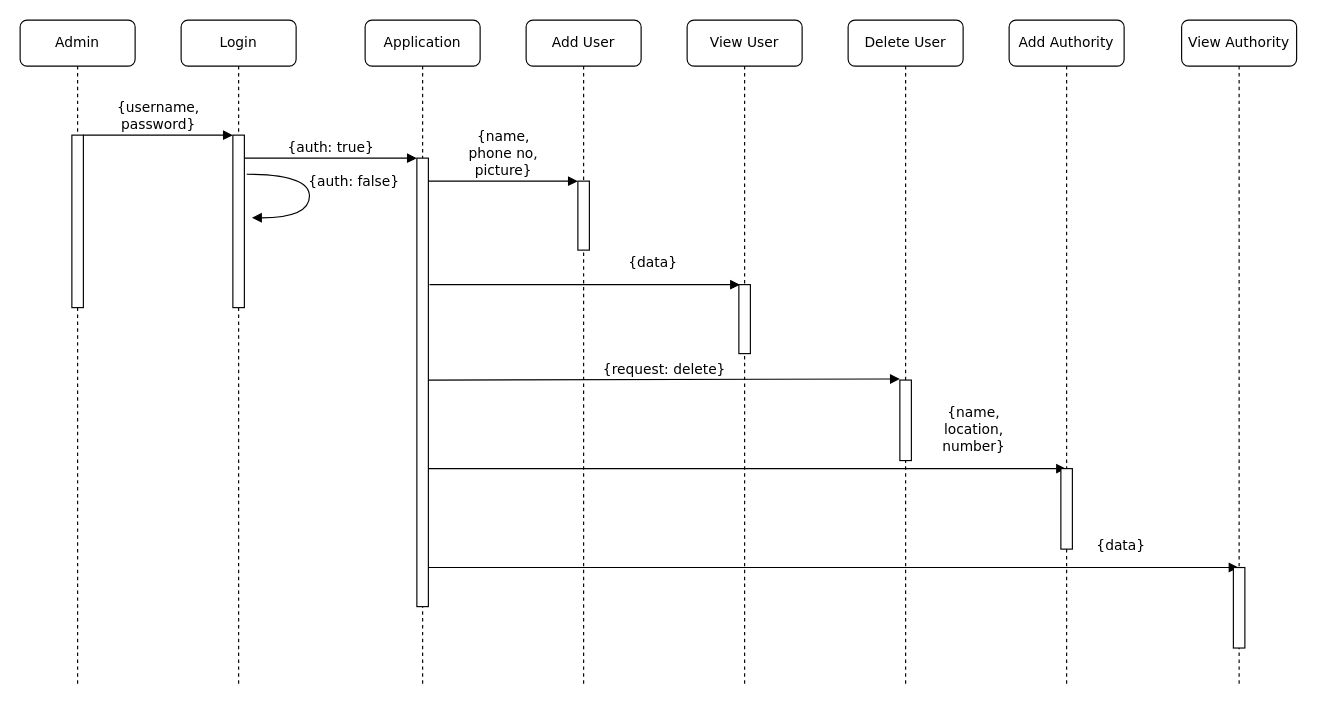
ShashwatG591/npds keeps this draw.io diagram as Admin-Sequence-diagram.drawio.xml. Above is the earlier version. Source tidied: cells renumbered, new cells numbered last; positions are measured from the earlier drawing's top-left corner, leaving out a move shared by most shapes. Both pictures are drawn from the tidied source at 115%, with x=0, y=0 at pixel (20, 20).
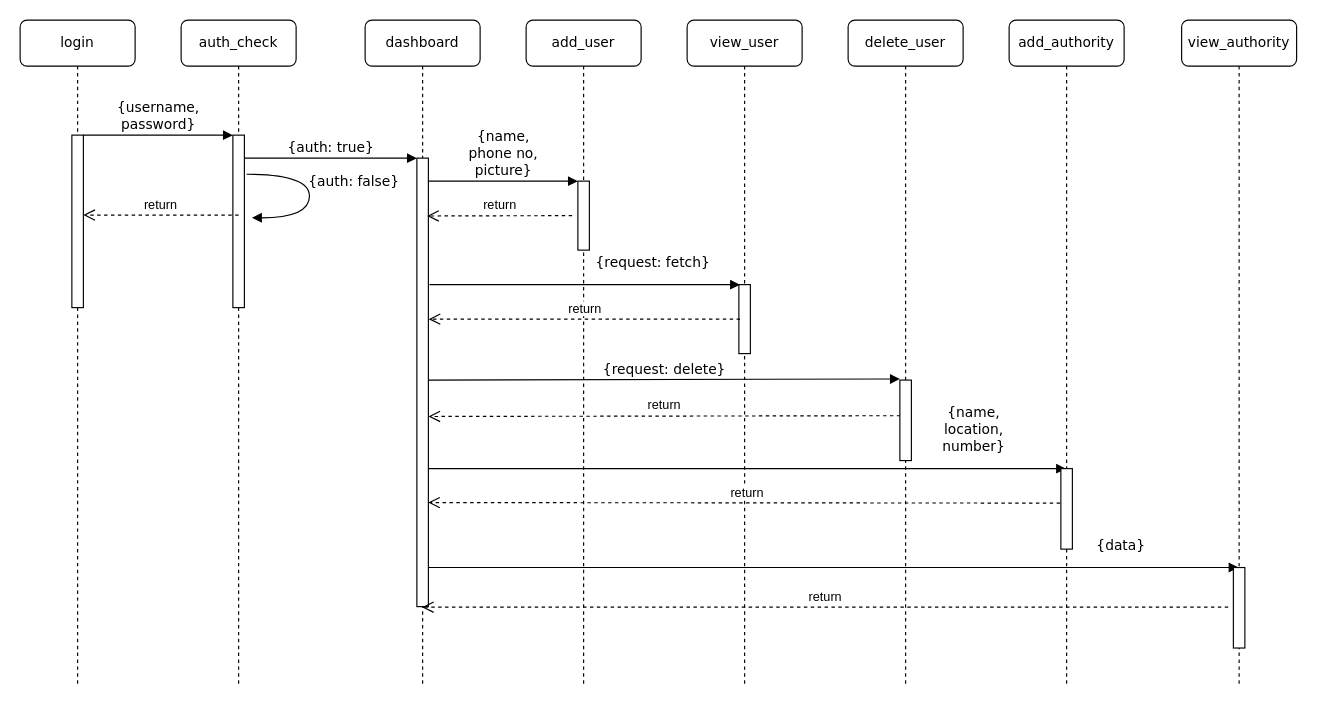
The same page after the edit.

Unchanged cells that the change refers to:
```xml
<mxCell id="5" style="html=1;points=[];perimeter=orthogonalPerimeter;rounded=0;shadow=0;comic=0;labelBackgroundColor=none;strokeWidth=1;fontFamily=Verdana;fontSize=12;align=center;" parent="4" vertex="1">
  <mxGeometry x="45" y="120" width="10" height="390" as="geometry" />
</mxCell>
<mxCell id="17" style="html=1;points=[];perimeter=orthogonalPerimeter;rounded=0;shadow=0;comic=0;labelBackgroundColor=none;strokeWidth=1;fontFamily=Verdana;fontSize=12;align=center;" parent="16" vertex="1">
  <mxGeometry x="45" y="100" width="10" height="150" as="geometry" />
</mxCell>
```

What changed in the source:
```diff
@@
-    <mxCell id="2" value="Login" style="shape=umlLifeline;perimeter=lifelinePerimeter;whiteSpace=wrap;html=1;rounded=1;shadow=0;comic=0;labelBackgroundColor=none;strokeWidth=1;fontFamily=Verdana;fontSize=12;align=center;" parent="1" vertex="1">
+    <mxCell id="2" value="auth_check" style="shape=umlLifeline;perimeter=lifelinePerimeter;whiteSpace=wrap;html=1;rounded=1;shadow=0;comic=0;labelBackgroundColor=none;strokeWidth=1;fontFamily=Verdana;fontSize=12;align=center;" parent="1" vertex="1">
       <mxGeometry x="140" width="100" height="580" as="geometry" />
     </mxCell>
@@
-    <mxCell id="4" value="Application" style="shape=umlLifeline;perimeter=lifelinePerimeter;whiteSpace=wrap;html=1;outlineConnect=0;rounded=1;shadow=0;comic=0;labelBackgroundColor=none;strokeWidth=1;fontFamily=Verdana;fontSize=12;align=center;" parent="1" vertex="1">
+    <mxCell id="4" value="dashboard" style="shape=umlLifeline;perimeter=lifelinePerimeter;whiteSpace=wrap;html=1;outlineConnect=0;rounded=1;shadow=0;comic=0;labelBackgroundColor=none;strokeWidth=1;fontFamily=Verdana;fontSize=12;align=center;" parent="1" vertex="1">
       <mxGeometry x="300" width="100" height="580" as="geometry" />
     </mxCell>
@@
-    <mxCell id="6" value="Add User" style="shape=umlLifeline;perimeter=lifelinePerimeter;whiteSpace=wrap;html=1;rounded=1;shadow=0;comic=0;labelBackgroundColor=none;strokeWidth=1;fontFamily=Verdana;fontSize=12;align=center;" parent="1" vertex="1">
+    <mxCell id="6" value="add_user" style="shape=umlLifeline;perimeter=lifelinePerimeter;whiteSpace=wrap;html=1;rounded=1;shadow=0;comic=0;labelBackgroundColor=none;strokeWidth=1;fontFamily=Verdana;fontSize=12;align=center;" parent="1" vertex="1">
       <mxGeometry x="440" width="100" height="580" as="geometry" />
     </mxCell>
@@
-    <mxCell id="9" value="View User" style="shape=umlLifeline;perimeter=lifelinePerimeter;whiteSpace=wrap;html=1;rounded=1;shadow=0;comic=0;labelBackgroundColor=none;strokeWidth=1;fontFamily=Verdana;fontSize=12;align=center;" parent="1" vertex="1">
+    <mxCell id="9" value="view_user" style="shape=umlLifeline;perimeter=lifelinePerimeter;whiteSpace=wrap;html=1;rounded=1;shadow=0;comic=0;labelBackgroundColor=none;strokeWidth=1;fontFamily=Verdana;fontSize=12;align=center;" parent="1" vertex="1">
       <mxGeometry x="580" width="100" height="580" as="geometry" />
     </mxCell>
@@
+    <mxCell id="26" value="return" style="html=1;verticalAlign=bottom;endArrow=open;dashed=1;endSize=8;rounded=0;entryX=1.008;entryY=0.576;entryDx=0;entryDy=0;entryPerimeter=0;" parent="9" edge="1" target="5">
+      <mxGeometry relative="1" as="geometry">
+        <mxPoint x="185.4" y="344" as="sourcePoint" />
+      </mxGeometry>
+    </mxCell>
+    <mxCell id="27" value="return" style="html=1;verticalAlign=bottom;endArrow=open;dashed=1;endSize=8;rounded=0;entryX=0.986;entryY=0.768;entryDx=0;entryDy=0;entryPerimeter=0;" parent="9" edge="1" target="5">
+      <mxGeometry relative="1" as="geometry">
+        <mxPoint x="330.3" y="420" as="sourcePoint" />
+      </mxGeometry>
+    </mxCell>
-    <mxCell id="12" value="Delete User" style="shape=umlLifeline;perimeter=lifelinePerimeter;whiteSpace=wrap;html=1;rounded=1;shadow=0;comic=0;labelBackgroundColor=none;strokeWidth=1;fontFamily=Verdana;fontSize=12;align=center;" parent="1" vertex="1">
+    <mxCell id="12" value="delete_user" style="shape=umlLifeline;perimeter=lifelinePerimeter;whiteSpace=wrap;html=1;rounded=1;shadow=0;comic=0;labelBackgroundColor=none;strokeWidth=1;fontFamily=Verdana;fontSize=12;align=center;" parent="1" vertex="1">
       <mxGeometry x="720" width="100" height="580" as="geometry" />
     </mxCell>
@@
+    <mxCell id="28" value="return" style="html=1;verticalAlign=bottom;endArrow=open;dashed=1;endSize=8;rounded=0;" parent="12" edge="1" target="4">
+      <mxGeometry relative="1" as="geometry">
+        <mxPoint x="330.5" y="510.5" as="sourcePoint" />
+      </mxGeometry>
+    </mxCell>
-    <mxCell id="14" value="Add Authority" style="shape=umlLifeline;perimeter=lifelinePerimeter;whiteSpace=wrap;html=1;outlineConnect=0;rounded=1;shadow=0;comic=0;labelBackgroundColor=none;strokeWidth=1;fontFamily=Verdana;fontSize=12;align=center;" parent="1" vertex="1">
+    <mxCell id="14" value="add_authority" style="shape=umlLifeline;perimeter=lifelinePerimeter;whiteSpace=wrap;html=1;outlineConnect=0;rounded=1;shadow=0;comic=0;labelBackgroundColor=none;strokeWidth=1;fontFamily=Verdana;fontSize=12;align=center;" parent="1" vertex="1">
       <mxGeometry x="860" width="100" height="580" as="geometry" />
     </mxCell>
@@
-    <mxCell id="16" value="Admin" style="shape=umlLifeline;perimeter=lifelinePerimeter;whiteSpace=wrap;html=1;rounded=1;shadow=0;comic=0;labelBackgroundColor=none;strokeWidth=1;fontFamily=Verdana;fontSize=12;align=center;" parent="1" vertex="1">
+    <mxCell id="16" value="login" style="shape=umlLifeline;perimeter=lifelinePerimeter;whiteSpace=wrap;html=1;rounded=1;shadow=0;comic=0;labelBackgroundColor=none;strokeWidth=1;fontFamily=Verdana;fontSize=12;align=center;" parent="1" vertex="1">
       <mxGeometry width="100" height="580" as="geometry" />
     </mxCell>
@@
-    <mxCell id="23" value="{data}" style="html=1;verticalAlign=bottom;endArrow=block;labelBackgroundColor=none;fontFamily=Verdana;fontSize=12;" parent="1" edge="1">
+    <mxCell id="23" value="{request: fetch}" style="html=1;verticalAlign=bottom;endArrow=block;labelBackgroundColor=none;fontFamily=Verdana;fontSize=12;" parent="1" edge="1">
       <mxGeometry x="0.44" y="10" relative="1" as="geometry">
         <mxPoint x="356" y="230" as="sourcePoint" />
         <mxPoint x="626" y="230" as="targetPoint" />
       </mxGeometry>
     </mxCell>
-    <mxCell id="24" value="View Authority" style="shape=umlLifeline;perimeter=lifelinePerimeter;whiteSpace=wrap;html=1;outlineConnect=0;rounded=1;shadow=0;comic=0;labelBackgroundColor=none;strokeWidth=1;fontFamily=Verdana;fontSize=12;align=center;" parent="1" vertex="1">
+    <mxCell id="24" value="view_authority" style="shape=umlLifeline;perimeter=lifelinePerimeter;whiteSpace=wrap;html=1;outlineConnect=0;rounded=1;shadow=0;comic=0;labelBackgroundColor=none;strokeWidth=1;fontFamily=Verdana;fontSize=12;align=center;" parent="1" vertex="1">
       <mxGeometry x="1010" width="100" height="580" as="geometry" />
     </mxCell>
@@
+    <mxCell id="29" value="return" style="html=1;verticalAlign=bottom;endArrow=open;dashed=1;endSize=8;rounded=0;" parent="1" edge="1" target="17">
+      <mxGeometry relative="1" as="geometry">
+        <mxPoint x="190" y="169.5" as="sourcePoint" />
+      </mxGeometry>
+    </mxCell>
+    <mxCell id="30" value="return" style="html=1;verticalAlign=bottom;endArrow=open;dashed=1;endSize=8;rounded=0;entryX=0.895;entryY=0.129;entryDx=0;entryDy=0;entryPerimeter=0;" parent="1" edge="1" target="5">
+      <mxGeometry relative="1" as="geometry">
+        <mxPoint x="480" y="170" as="sourcePoint" />
+      </mxGeometry>
+    </mxCell>
+    <mxCell id="31" value="return" style="html=1;verticalAlign=bottom;endArrow=open;dashed=1;endSize=8;rounded=0;entryX=1.025;entryY=0.359;entryDx=0;entryDy=0;entryPerimeter=0;" parent="1" edge="1" target="5">
+      <mxGeometry relative="1" as="geometry">
+        <mxPoint x="626" y="260" as="sourcePoint" />
+      </mxGeometry>
+    </mxCell>
```
